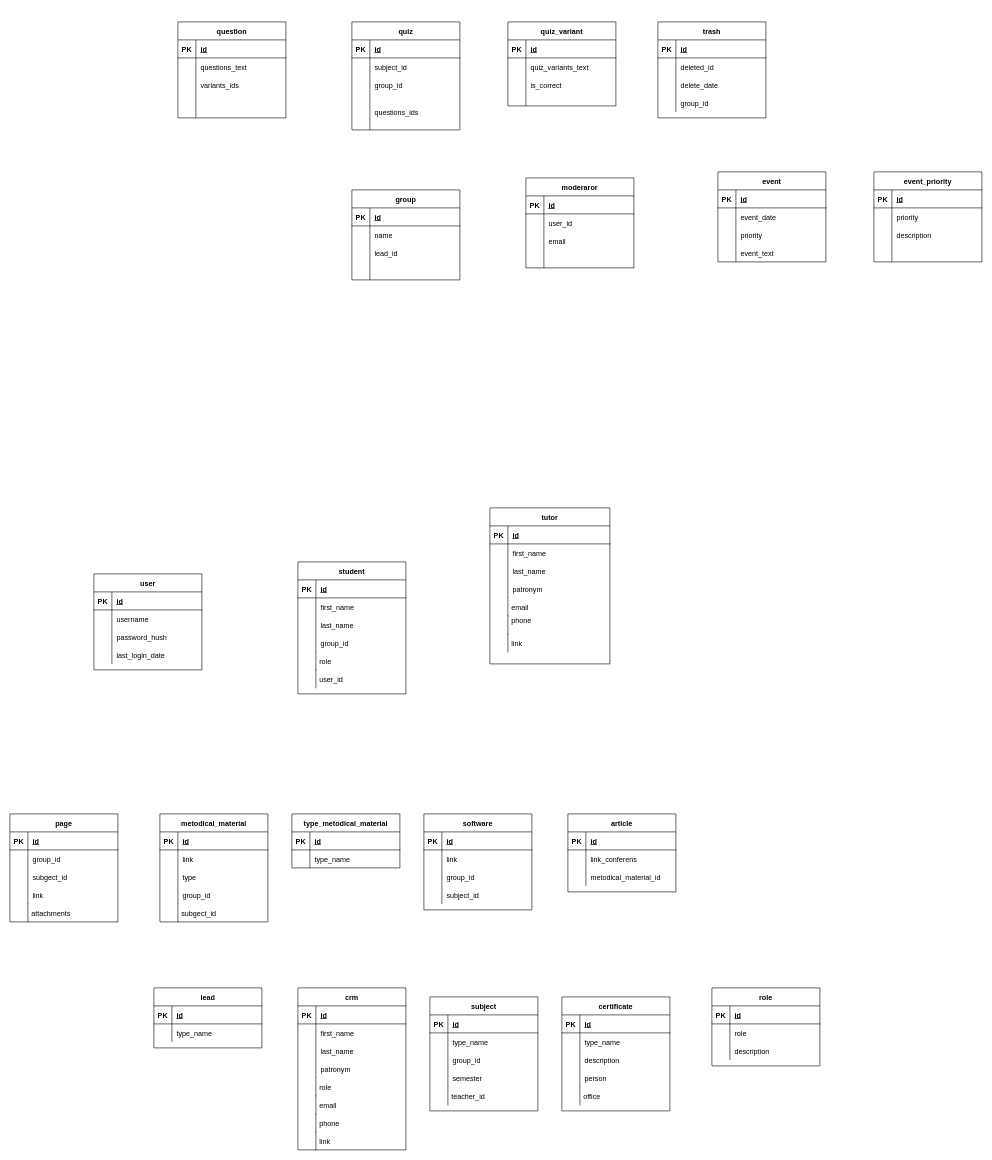
This is Untitled Diagram.drawio from student-archive/backend, a draw.io file, before an edit. Source tidied: cells renumbered, new cells numbered last; positions are measured from the earlier drawing's top-left corner, leaving out a move shared by most shapes. Both pictures are drawn from the tidied source at 60%, with x=0, y=0 at pixel (10, 22).
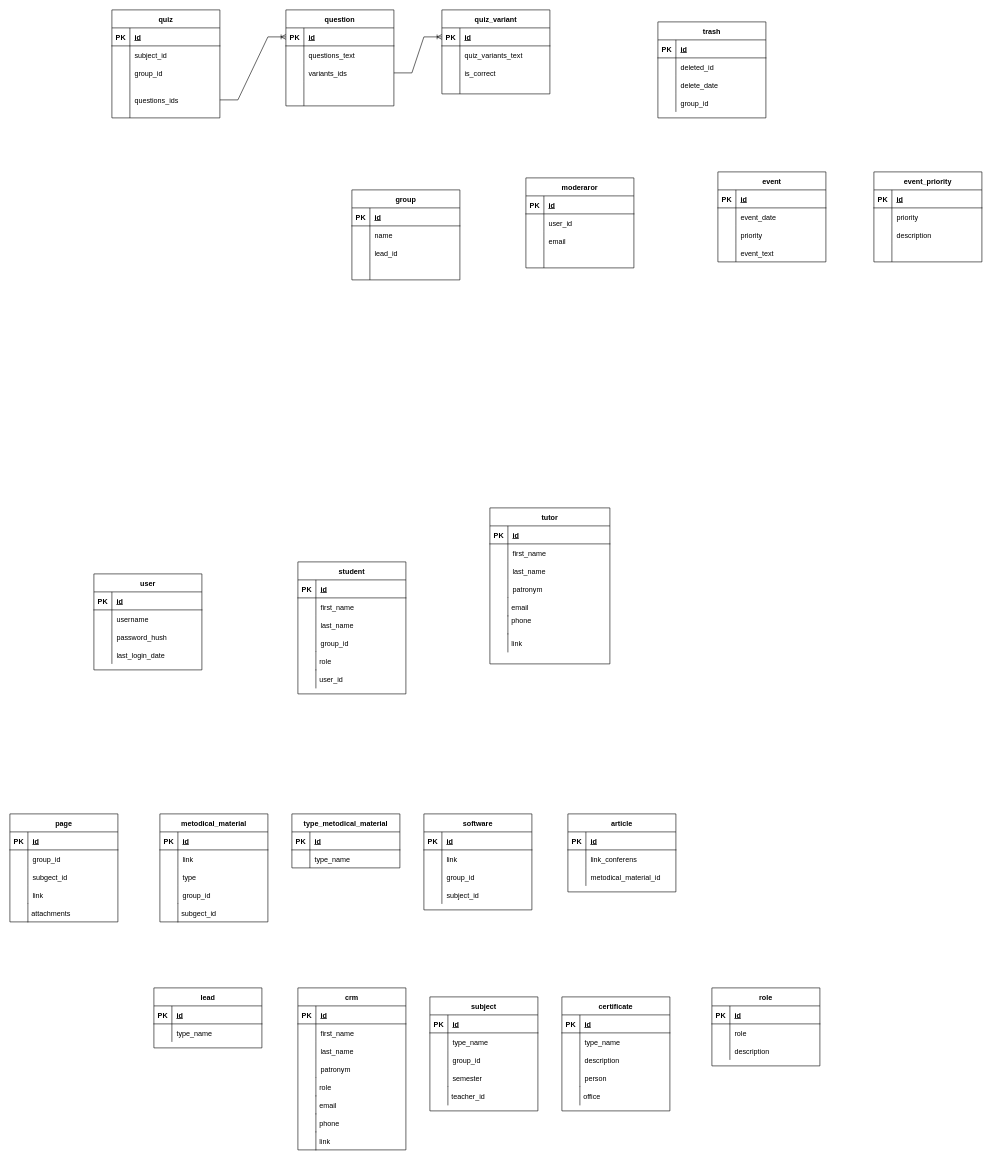
The same diagram, later.

Commit message:
feat(databases): add relationships b/w quiz tables

Unchanged cells that the change refers to:
```xml
<mxCell id="12" style="shape=tableRow;horizontal=0;startSize=0;swimlaneHead=0;swimlaneBody=0;fillColor=none;points=[[0,0.5],[1,0.5]];portConstraint=eastwest;top=0;left=0;right=0;bottom=0;" parent="2" vertex="1">
  <mxGeometry y="120" width="180" height="60" as="geometry" />
</mxCell>
<mxCell id="16" style="shape=tableRow;horizontal=0;startSize=0;swimlaneHead=0;swimlaneBody=0;fillColor=none;points=[[0,0.5],[1,0.5]];portConstraint=eastwest;top=0;left=0;right=0;bottom=1;" parent="15" vertex="1">
  <mxGeometry y="30" width="180" height="30" as="geometry" />
</mxCell>
<mxCell id="29" style="shape=tableRow;horizontal=0;startSize=0;swimlaneHead=0;swimlaneBody=0;fillColor=none;points=[[0,0.5],[1,0.5]];portConstraint=eastwest;top=0;left=0;right=0;bottom=1;" parent="28" vertex="1">
  <mxGeometry y="30" width="180" height="30" as="geometry" />
</mxCell>
<mxCell id="35" style="shape=tableRow;horizontal=0;startSize=0;swimlaneHead=0;swimlaneBody=0;fillColor=none;points=[[0,0.5],[1,0.5]];portConstraint=eastwest;top=0;left=0;right=0;bottom=0;" parent="28" vertex="1">
  <mxGeometry y="90" width="180" height="30" as="geometry" />
</mxCell>
```

What changed in the source:
```diff
@@
     <mxCell id="2" value="quiz" style="shape=table;startSize=30;childLayout=tableLayout;rowLines=0;fontStyle=1;align=center;" parent="1" vertex="1">
-      <mxGeometry x="570" width="180" height="180" as="geometry" />
+      <mxGeometry x="170" y="-20" width="180" height="180" as="geometry" />
     </mxCell>
@@
     <mxCell id="15" value="quiz_variant" style="shape=table;startSize=30;childLayout=tableLayout;rowLines=0;fontStyle=1;align=center;" parent="1" vertex="1">
-      <mxGeometry x="830" width="180" height="140" as="geometry" />
+      <mxGeometry x="720" y="-20" width="180" height="140" as="geometry" />
     </mxCell>
@@
     <mxCell id="28" value="question" style="shape=table;startSize=30;childLayout=tableLayout;rowLines=0;fontStyle=1;align=center;" parent="1" vertex="1">
-      <mxGeometry x="280" width="180" height="160" as="geometry" />
+      <mxGeometry x="460" y="-20" width="180" height="160" as="geometry" />
     </mxCell>
@@
+    <mxCell id="293" style="edgeStyle=entityRelationEdgeStyle;fontSize=12;html=1;endArrow=ERoneToMany;rounded=0;entryX=0;entryY=0.5;entryDx=0;entryDy=0;" parent="1" edge="1" source="35" target="16">
+      <mxGeometry relative="1" as="geometry" />
+    </mxCell>
+    <mxCell id="294" style="edgeStyle=entityRelationEdgeStyle;fontSize=12;html=1;endArrow=ERoneToMany;rounded=0;entryX=0;entryY=0.5;entryDx=0;entryDy=0;" parent="1" edge="1" source="12" target="29">
+      <mxGeometry relative="1" as="geometry" />
+    </mxCell>
```
